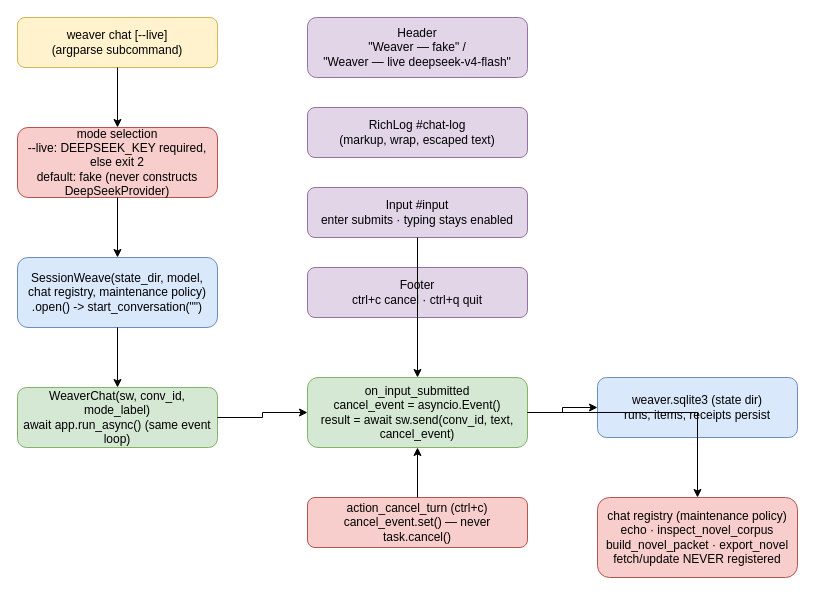
Above: deliverables/010-tui-entrypoint/architecture.drawio in haxsysgit/Weaver (draw.io), before the change. Source tidied: cells renumbered, new cells numbered last; positions are measured from the earlier drawing's top-left corner, leaving out a move shared by most shapes. Both pictures are drawn from the tidied source at 100%, with x=0, y=0 at pixel (17, 17).
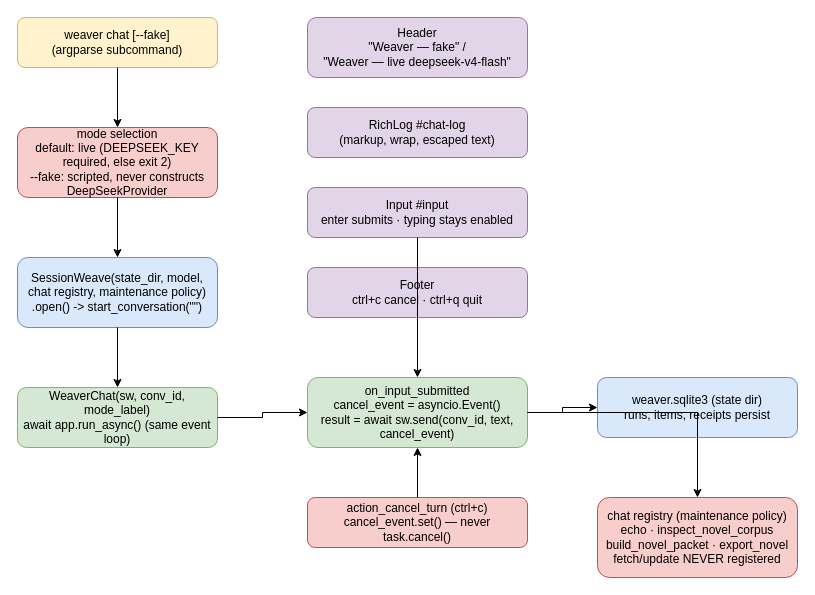
The same page after the edit.

Commit message (it also covers changes not shown here):
plan 010: diagram reflects live default with --fake opt-in

Diff of the diagram source:
```diff
@@
-    <mxCell id="2" value="weaver chat [--live]&#10;(argparse subcommand)" style="rounded=1;whiteSpace=wrap;html=1;fillColor=#fff2cc;strokeColor=#d6b656;" parent="1" vertex="1">
+    <mxCell id="2" value="weaver chat [--fake]&#10;(argparse subcommand)" style="rounded=1;whiteSpace=wrap;html=1;fillColor=#fff2cc;strokeColor=#d6b656;" parent="1" vertex="1">
       <mxGeometry width="200" height="50" as="geometry" />
     </mxCell>
-    <mxCell id="3" value="mode selection&#10;--live: DEEPSEEK_KEY required, else exit 2&#10;default: fake (never constructs DeepSeekProvider)" style="rounded=1;whiteSpace=wrap;html=1;fillColor=#f8cecc;strokeColor=#b85450;" parent="1" vertex="1">
+    <mxCell id="3" value="mode selection&#10;default: live (DEEPSEEK_KEY required, else exit 2)&#10;--fake: scripted, never constructs DeepSeekProvider" style="rounded=1;whiteSpace=wrap;html=1;fillColor=#f8cecc;strokeColor=#b85450;" parent="1" vertex="1">
       <mxGeometry y="110" width="200" height="70" as="geometry" />
     </mxCell>
```
